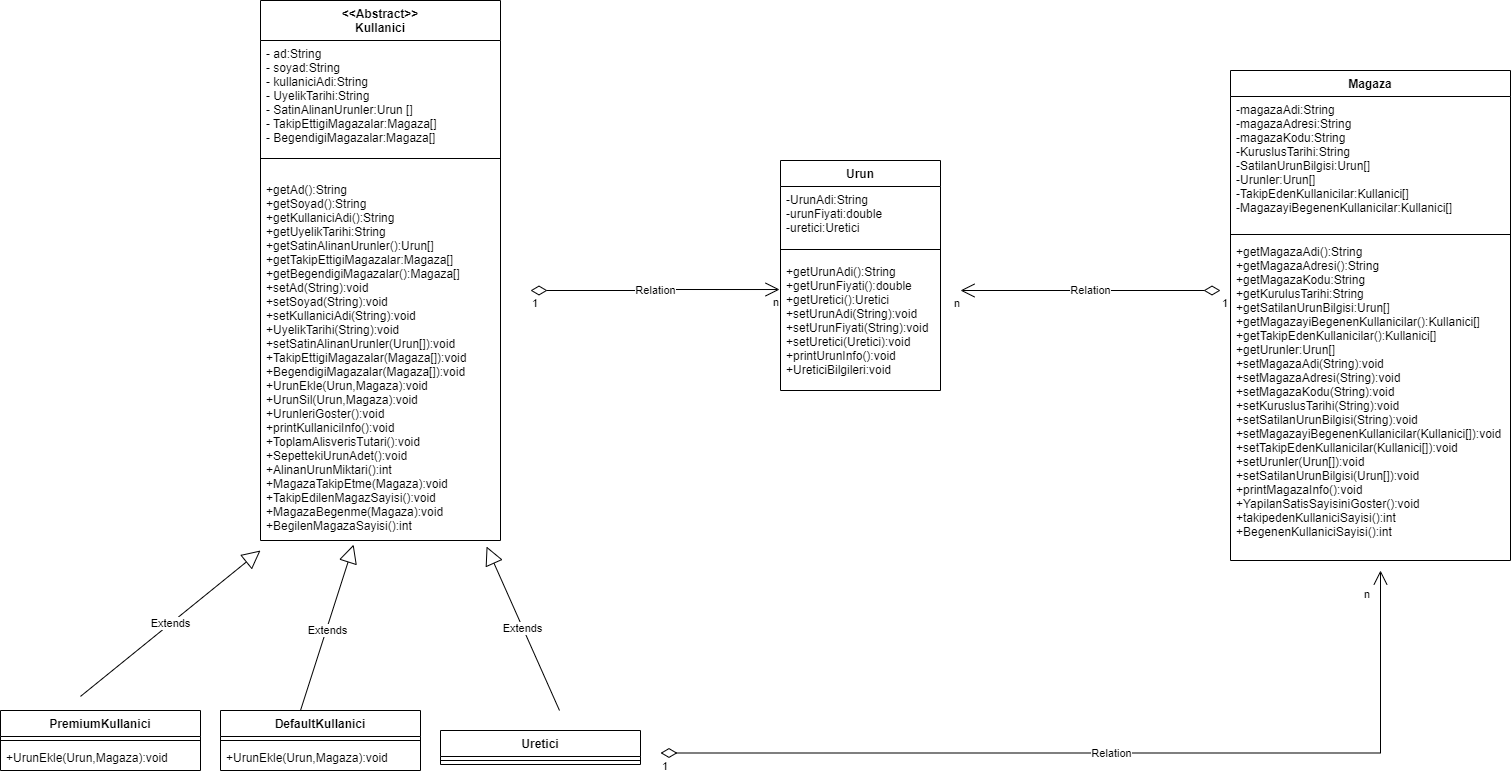
Before: BpProjeUml/Uml.png, a diagram exported from draw.io (Aliylmaz/patika.dev-projeler). Source tidied: cells renumbered, new cells last; positions are measured from the earlier drawing's top-left corner, leaving out a move shared by most shapes.
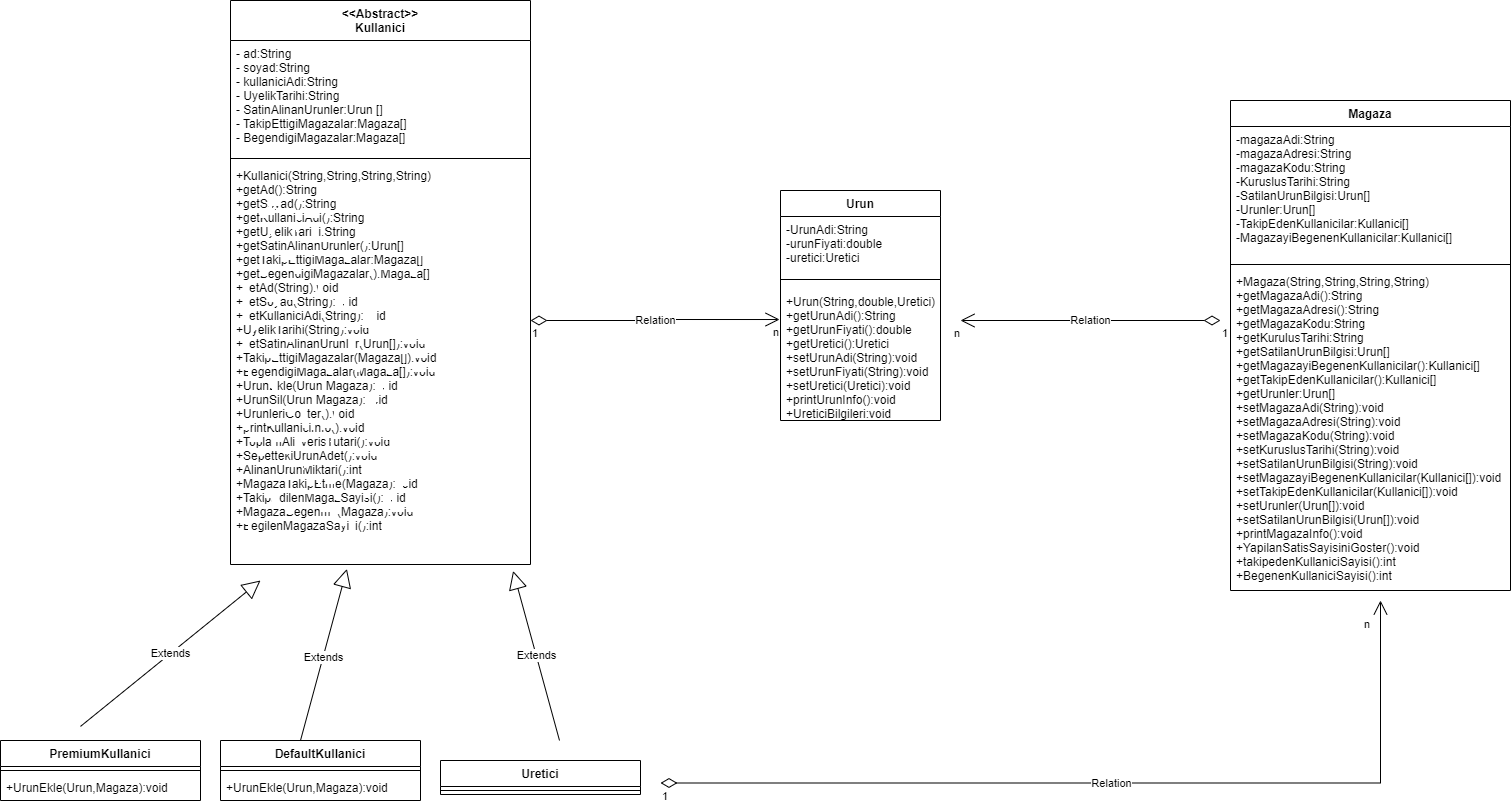
The same file after the commit.

The edit, as a diff of the source:
```diff
@@ -3,16 +3,16 @@
     <mxCell id="0" />
     <mxCell id="1" parent="0" />
     <mxCell id="2" value="&lt;&lt;Abstract&gt;&gt;&#10;Kullanici" style="swimlane;fontStyle=1;align=center;verticalAlign=top;horizontal=1;startSize=40;" parent="1" vertex="1">
-      <mxGeometry x="260" width="240" height="540" as="geometry" />
+      <mxGeometry x="230" y="-30" width="300" height="564" as="geometry" />
     </mxCell>
     <mxCell id="3" value="- ad:String&#10;- soyad:String&#10;- kullaniciAdi:String&#10;- UyelikTarihi:String&#10;- SatinAlinanUrunler:Urun []&#10;- TakipEttigiMagazalar:Magaza[]&#10;- BegendigiMagazalar:Magaza[]" style="text;strokeColor=none;fillColor=none;align=left;verticalAlign=top;spacingLeft=4;spacingRight=4;overflow=hidden;" parent="2" vertex="1">
-      <mxGeometry y="40" width="240" height="114" as="geometry" />
+      <mxGeometry y="40" width="300" height="114" as="geometry" />
     </mxCell>
     <mxCell id="4" style="line;strokeWidth=1;fillColor=none;align=left;verticalAlign=middle;spacingTop=-1;spacingLeft=3;spacingRight=3;labelPosition=right;strokeColor=inherit;" parent="2" vertex="1">
-      <mxGeometry y="154" width="240" height="8" as="geometry" />
+      <mxGeometry y="154" width="300" height="8" as="geometry" />
     </mxCell>
-    <mxCell id="5" value="&#10;+getAd():String&#10;+getSoyad():String&#10;+getKullaniciAdi():String&#10;+getUyelikTarihi:String&#10;+getSatinAlinanUrunler():Urun[]&#10;+getTakipEttigiMagazalar:Magaza[]&#10;+getBegendigiMagazalar():Magaza[] &#10;+setAd(String):void&#10;+setSoyad(String):void&#10;+setKullaniciAdi(String):void&#10;+UyelikTarihi(String):void&#10;+setSatinAlinanUrunler(Urun[]):void&#10;+TakipEttigiMagazalar(Magaza[]):void&#10;+BegendigiMagazalar(Magaza[]):void&#10;+UrunEkle(Urun,Magaza):void&#10;+UrunSil(Urun,Magaza):void&#10;+UrunleriGoster():void&#10;+printKullaniciInfo():void&#10;+ToplamAlisverisTutari():void&#10;+SepettekiUrunAdet():void&#10;+AlinanUrunMiktari():int&#10;+MagazaTakipEtme(Magaza):void&#10;+TakipEdilenMagazSayisi():void&#10;+MagazaBegenme(Magaza):void&#10;+BegilenMagazaSayisi():int" style="text;strokeColor=none;fillColor=none;align=left;verticalAlign=top;spacingLeft=4;spacingRight=4;overflow=hidden;points=[[0,0.5],[1,0.5]];portConstraint=eastwest;" parent="2" vertex="1">
-      <mxGeometry y="162" width="240" height="378" as="geometry" />
+    <mxCell id="5" value="+Kullanici(String,String,String,String)&#10;+getAd():String&#10;+getSoyad():String&#10;+getKullaniciAdi():String&#10;+getUyelikTarihi:String&#10;+getSatinAlinanUrunler():Urun[]&#10;+getTakipEttigiMagazalar:Magaza[]&#10;+getBegendigiMagazalar():Magaza[] &#10;+setAd(String):void&#10;+setSoyad(String):void&#10;+setKullaniciAdi(String):void&#10;+UyelikTarihi(String):void&#10;+setSatinAlinanUrunler(Urun[]):void&#10;+TakipEttigiMagazalar(Magaza[]):void&#10;+BegendigiMagazalar(Magaza[]):void&#10;+UrunEkle(Urun,Magaza):void&#10;+UrunSil(Urun,Magaza):void&#10;+UrunleriGoster():void&#10;+printKullaniciInfo():void&#10;+ToplamAlisverisTutari():void&#10;+SepettekiUrunAdet():void&#10;+AlinanUrunMiktari():int&#10;+MagazaTakipEtme(Magaza):void&#10;+TakipEdilenMagazSayisi():void&#10;+MagazaBegenme(Magaza):void&#10;+BegilenMagazaSayisi():int" style="text;strokeColor=none;fillColor=none;align=left;verticalAlign=top;spacingLeft=4;spacingRight=4;overflow=hidden;points=[[0,0.5],[1,0.5]];portConstraint=eastwest;" parent="2" vertex="1">
+      <mxGeometry y="162" width="300" height="402" as="geometry" />
     </mxCell>
     <mxCell id="6" value="PremiumKullanici" style="swimlane;fontStyle=1;align=center;verticalAlign=top;horizontal=1;startSize=26;" parent="1" vertex="1">
       <mxGeometry y="710" width="200" height="60" as="geometry" />
@@ -51,7 +51,7 @@
     <mxCell id="16" style="line;strokeWidth=1;fillColor=none;align=left;verticalAlign=middle;spacingTop=-1;spacingLeft=3;spacingRight=3;labelPosition=right;strokeColor=inherit;" parent="14" vertex="1">
       <mxGeometry y="80" width="160" height="18" as="geometry" />
     </mxCell>
-    <mxCell id="17" value="+getUrunAdi():String&#10;+getUrunFiyati():double&#10;+getUretici():Uretici&#10;+setUrunAdi(String):void&#10;+setUrunFiyati(String):void&#10;+setUretici(Uretici):void&#10;+printUrunInfo():void&#10;+UreticiBilgileri:void" style="text;strokeColor=none;fillColor=none;align=left;verticalAlign=top;spacingLeft=4;spacingRight=4;overflow=hidden;points=[[0,0.5],[1,0.5]];portConstraint=eastwest;" parent="14" vertex="1">
+    <mxCell id="17" value="+Urun(String,double,Uretici)&#10;+getUrunAdi():String&#10;+getUrunFiyati():double&#10;+getUretici():Uretici&#10;+setUrunAdi(String):void&#10;+setUrunFiyati(String):void&#10;+setUretici(Uretici):void&#10;+printUrunInfo():void&#10;+UreticiBilgileri:void" style="text;strokeColor=none;fillColor=none;align=left;verticalAlign=top;spacingLeft=4;spacingRight=4;overflow=hidden;points=[[0,0.5],[1,0.5]];portConstraint=eastwest;" parent="14" vertex="1">
       <mxGeometry y="98" width="160" height="132" as="geometry" />
     </mxCell>
     <mxCell id="18" value="Relation" style="endArrow=open;html=1;endSize=12;startArrow=diamondThin;startSize=14;startFill=0;edgeStyle=orthogonalEdgeStyle;rounded=0;entryX=-0.006;entryY=0.235;entryDx=0;entryDy=0;entryPerimeter=0;" parent="1" edge="1" target="17">
@@ -86,7 +86,7 @@
     <mxCell id="26" style="line;strokeWidth=1;fillColor=none;align=left;verticalAlign=middle;spacingTop=-1;spacingLeft=3;spacingRight=3;labelPosition=right;strokeColor=inherit;" parent="24" vertex="1">
       <mxGeometry y="160" width="280" height="8" as="geometry" />
     </mxCell>
-    <mxCell id="27" value="+getMagazaAdi():String&#10;+getMagazaAdresi():String&#10;+getMagazaKodu:String&#10;+getKurulusTarihi:String&#10;+getSatilanUrunBilgisi:Urun[]&#10;+getMagazayiBegenenKullanicilar():Kullanici[]&#10;+getTakipEdenKullanicilar():Kullanici[]&#10;+getUrunler:Urun[]&#10;+setMagazaAdi(String):void&#10;+setMagazaAdresi(String):void&#10;+setMagazaKodu(String):void&#10;+setKuruslusTarihi(String):void&#10;+setSatilanUrunBilgisi(String):void&#10;+setMagazayiBegenenKullanicilar(Kullanici[]):void&#10;+setTakipEdenKullanicilar(Kullanici[]):void&#10;+setUrunler(Urun[]):void&#10;+setSatilanUrunBilgisi(Urun[]):void&#10;+printMagazaInfo():void&#10;+YapilanSatisSayisiniGoster():void&#10;+takipedenKullaniciSayisi():int&#10;+BegenenKullaniciSayisi():int&#10;&#10;&#10;&#10;" style="text;strokeColor=none;fillColor=none;align=left;verticalAlign=top;spacingLeft=4;spacingRight=4;overflow=hidden;" parent="24" vertex="1">
+    <mxCell id="27" value="+Magaza(String,String,String,String)&#10;+getMagazaAdi():String&#10;+getMagazaAdresi():String&#10;+getMagazaKodu:String&#10;+getKurulusTarihi:String&#10;+getSatilanUrunBilgisi:Urun[]&#10;+getMagazayiBegenenKullanicilar():Kullanici[]&#10;+getTakipEdenKullanicilar():Kullanici[]&#10;+getUrunler:Urun[]&#10;+setMagazaAdi(String):void&#10;+setMagazaAdresi(String):void&#10;+setMagazaKodu(String):void&#10;+setKuruslusTarihi(String):void&#10;+setSatilanUrunBilgisi(String):void&#10;+setMagazayiBegenenKullanicilar(Kullanici[]):void&#10;+setTakipEdenKullanicilar(Kullanici[]):void&#10;+setUrunler(Urun[]):void&#10;+setSatilanUrunBilgisi(Urun[]):void&#10;+printMagazaInfo():void&#10;+YapilanSatisSayisiniGoster():void&#10;+takipedenKullaniciSayisi():int&#10;+BegenenKullaniciSayisi():int&#10;&#10;&#10;&#10;" style="text;strokeColor=none;fillColor=none;align=left;verticalAlign=top;spacingLeft=4;spacingRight=4;overflow=hidden;" parent="24" vertex="1">
       <mxGeometry y="168" width="280" height="322" as="geometry" />
     </mxCell>
     <mxCell id="28" value="Relation" style="endArrow=open;html=1;endSize=12;startArrow=diamondThin;startSize=14;startFill=0;edgeStyle=orthogonalEdgeStyle;rounded=0;" parent="1" edge="1">
```
